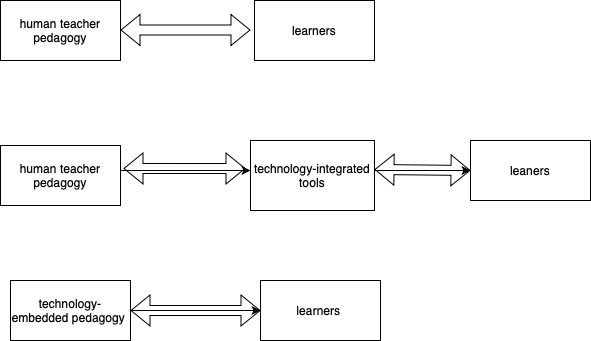
The draw.io diagram review_framework.png in Gracetyty/Digital_Edu_Text_Mining, before a commit. Source tidied: cells renumbered, new cells last; positions are measured from the earlier drawing's top-left corner, leaving out a move shared by most shapes. Its diagram source:
```xml
<mxGraphModel>
  <root>
    <mxCell id="0" />
    <mxCell id="1" parent="0" />
    <mxCell id="2" value="human teacher pedagogy" style="rounded=0;whiteSpace=wrap;html=1;" parent="1" vertex="1">
      <mxGeometry width="120" height="60" as="geometry" />
    </mxCell>
    <mxCell id="3" value="learners" style="rounded=0;whiteSpace=wrap;html=1;" parent="1" vertex="1">
      <mxGeometry x="254" width="120" height="60" as="geometry" />
    </mxCell>
    <mxCell id="4" style="endArrow=classic;html=1;rounded=0;exitX=1;exitY=0.5;exitDx=0;exitDy=0;" parent="1" edge="1">
      <mxGeometry relative="1" as="geometry">
        <mxPoint x="120" y="170" as="sourcePoint" />
        <mxPoint x="250" y="170" as="targetPoint" />
      </mxGeometry>
    </mxCell>
    <mxCell id="5" value="technology-integrated tools" style="rounded=0;whiteSpace=wrap;html=1;" parent="1" vertex="1">
      <mxGeometry x="250" y="140" width="124" height="70" as="geometry" />
    </mxCell>
    <mxCell id="6" style="endArrow=classic;html=1;rounded=0;" parent="1" edge="1" target="7">
      <mxGeometry relative="1" as="geometry">
        <mxPoint x="374" y="170" as="sourcePoint" />
      </mxGeometry>
    </mxCell>
    <mxCell id="7" value="leaners" style="rounded=0;whiteSpace=wrap;html=1;" parent="1" vertex="1">
      <mxGeometry x="470" y="140" width="120" height="60" as="geometry" />
    </mxCell>
    <mxCell id="8" value="technology-embedded pedagogy&amp;nbsp;" style="rounded=0;whiteSpace=wrap;html=1;" parent="1" vertex="1">
      <mxGeometry x="10" y="280" width="120" height="60" as="geometry" />
    </mxCell>
    <mxCell id="9" style="endArrow=classic;html=1;rounded=0;" parent="1" edge="1">
      <mxGeometry relative="1" as="geometry">
        <mxPoint x="260" y="310" as="sourcePoint" />
        <mxPoint x="260" y="310" as="targetPoint" />
        <Array as="points">
          <mxPoint x="130" y="310" />
        </Array>
      </mxGeometry>
    </mxCell>
    <mxCell id="10" value="learners&amp;nbsp;" style="rounded=0;whiteSpace=wrap;html=1;" parent="1" vertex="1">
      <mxGeometry x="260" y="280" width="120" height="60" as="geometry" />
    </mxCell>
    <mxCell id="11" value="human teacher pedagogy" style="rounded=0;whiteSpace=wrap;html=1;" parent="1" vertex="1">
      <mxGeometry y="145" width="120" height="60" as="geometry" />
    </mxCell>
    <mxCell id="12" style="shape=flexArrow;endArrow=classic;startArrow=classic;html=1;rounded=0;" parent="1" edge="1">
      <mxGeometry relative="1" as="geometry">
        <mxPoint x="130" y="310" as="sourcePoint" />
        <mxPoint x="260" y="310" as="targetPoint" />
      </mxGeometry>
    </mxCell>
    <mxCell id="13" style="shape=flexArrow;endArrow=classic;startArrow=classic;html=1;rounded=0;exitX=1.025;exitY=0.383;exitDx=0;exitDy=0;exitPerimeter=0;" parent="1" edge="1" source="11">
      <mxGeometry relative="1" as="geometry">
        <mxPoint x="245" y="168" as="targetPoint" />
      </mxGeometry>
    </mxCell>
    <mxCell id="14" style="shape=flexArrow;endArrow=classic;startArrow=classic;html=1;rounded=0;" parent="1" edge="1">
      <mxGeometry relative="1" as="geometry">
        <mxPoint x="120" y="29.5" as="sourcePoint" />
        <mxPoint x="250" y="29.5" as="targetPoint" />
      </mxGeometry>
    </mxCell>
    <mxCell id="15" style="shape=flexArrow;endArrow=classic;startArrow=classic;html=1;rounded=0;exitX=1;exitY=0.414;exitDx=0;exitDy=0;exitPerimeter=0;entryX=0;entryY=0.5;entryDx=0;entryDy=0;" parent="1" edge="1" source="5" target="7">
      <mxGeometry relative="1" as="geometry" />
    </mxCell>
  </root>
</mxGraphModel>
```
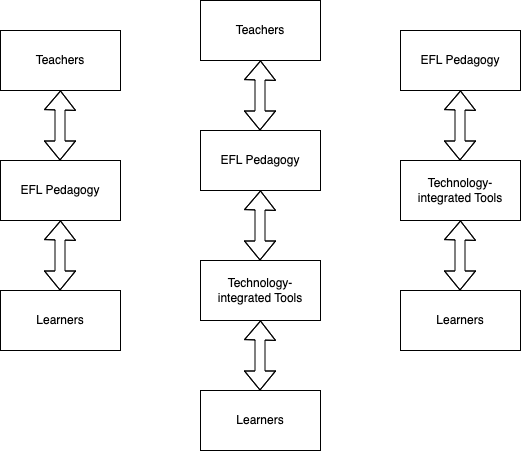
After the change.

The edit, as a diff of the source:
```diff
@@ -2,66 +2,98 @@
   <root>
     <mxCell id="0" />
     <mxCell id="1" parent="0" />
-    <mxCell id="2" value="human teacher pedagogy" style="rounded=0;whiteSpace=wrap;html=1;" parent="1" vertex="1">
-      <mxGeometry width="120" height="60" as="geometry" />
-    </mxCell>
-    <mxCell id="3" value="learners" style="rounded=0;whiteSpace=wrap;html=1;" parent="1" vertex="1">
+    <mxCell id="3" value="Learners" style="rounded=0;whiteSpace=wrap;html=1;" parent="1" vertex="1">
       <mxGeometry x="254" width="120" height="60" as="geometry" />
     </mxCell>
-    <mxCell id="4" style="endArrow=classic;html=1;rounded=0;exitX=1;exitY=0.5;exitDx=0;exitDy=0;" parent="1" edge="1">
-      <mxGeometry relative="1" as="geometry">
-        <mxPoint x="120" y="170" as="sourcePoint" />
-        <mxPoint x="250" y="170" as="targetPoint" />
-      </mxGeometry>
-    </mxCell>
-    <mxCell id="5" value="technology-integrated tools" style="rounded=0;whiteSpace=wrap;html=1;" parent="1" vertex="1">
-      <mxGeometry x="250" y="140" width="124" height="70" as="geometry" />
-    </mxCell>
-    <mxCell id="6" style="endArrow=classic;html=1;rounded=0;" parent="1" edge="1" target="7">
-      <mxGeometry relative="1" as="geometry">
-        <mxPoint x="374" y="170" as="sourcePoint" />
-      </mxGeometry>
-    </mxCell>
-    <mxCell id="7" value="leaners" style="rounded=0;whiteSpace=wrap;html=1;" parent="1" vertex="1">
-      <mxGeometry x="470" y="140" width="120" height="60" as="geometry" />
-    </mxCell>
-    <mxCell id="8" value="technology-embedded pedagogy&amp;nbsp;" style="rounded=0;whiteSpace=wrap;html=1;" parent="1" vertex="1">
-      <mxGeometry x="10" y="280" width="120" height="60" as="geometry" />
-    </mxCell>
-    <mxCell id="9" style="endArrow=classic;html=1;rounded=0;" parent="1" edge="1">
-      <mxGeometry relative="1" as="geometry">
-        <mxPoint x="260" y="310" as="sourcePoint" />
-        <mxPoint x="260" y="310" as="targetPoint" />
-        <Array as="points">
-          <mxPoint x="130" y="310" />
-        </Array>
-      </mxGeometry>
-    </mxCell>
-    <mxCell id="10" value="learners&amp;nbsp;" style="rounded=0;whiteSpace=wrap;html=1;" parent="1" vertex="1">
-      <mxGeometry x="260" y="280" width="120" height="60" as="geometry" />
-    </mxCell>
-    <mxCell id="11" value="human teacher pedagogy" style="rounded=0;whiteSpace=wrap;html=1;" parent="1" vertex="1">
-      <mxGeometry y="145" width="120" height="60" as="geometry" />
-    </mxCell>
-    <mxCell id="12" style="shape=flexArrow;endArrow=classic;startArrow=classic;html=1;rounded=0;" parent="1" edge="1">
-      <mxGeometry relative="1" as="geometry">
-        <mxPoint x="130" y="310" as="sourcePoint" />
-        <mxPoint x="260" y="310" as="targetPoint" />
-      </mxGeometry>
-    </mxCell>
-    <mxCell id="13" style="shape=flexArrow;endArrow=classic;startArrow=classic;html=1;rounded=0;exitX=1.025;exitY=0.383;exitDx=0;exitDy=0;exitPerimeter=0;" parent="1" edge="1" source="11">
-      <mxGeometry relative="1" as="geometry">
-        <mxPoint x="245" y="168" as="targetPoint" />
-      </mxGeometry>
-    </mxCell>
-    <mxCell id="14" style="shape=flexArrow;endArrow=classic;startArrow=classic;html=1;rounded=0;" parent="1" edge="1">
+    <mxCell id="14" style="shape=flexArrow;endArrow=classic;startArrow=classic;html=1;rounded=0;entryX=0.75;entryY=0;entryDx=0;entryDy=0;" parent="1" edge="1">
       <mxGeometry relative="1" as="geometry">
-        <mxPoint x="120" y="29.5" as="sourcePoint" />
-        <mxPoint x="250" y="29.5" as="targetPoint" />
+        <mxPoint x="314" y="-70" as="sourcePoint" />
+        <mxPoint x="313.5" as="targetPoint" />
+        <Array as="points">
+          <mxPoint x="313.5" y="-50" />
+        </Array>
       </mxGeometry>
     </mxCell>
-    <mxCell id="15" style="shape=flexArrow;endArrow=classic;startArrow=classic;html=1;rounded=0;exitX=1;exitY=0.414;exitDx=0;exitDy=0;exitPerimeter=0;entryX=0;entryY=0.5;entryDx=0;entryDy=0;" parent="1" edge="1" source="5" target="7">
-      <mxGeometry relative="1" as="geometry" />
-    </mxCell>
+    <mxCell id="16" value="EFL Pedagogy" style="rounded=0;whiteSpace=wrap;html=1;" parent="1" vertex="1">
+      <mxGeometry x="254" y="-130" width="120" height="60" as="geometry" />
+    </mxCell>
+    <mxCell id="17" value="Teachers" style="rounded=0;whiteSpace=wrap;html=1;" parent="1" vertex="1">
+      <mxGeometry x="254" y="-260" width="120" height="60" as="geometry" />
+    </mxCell>
+    <mxCell id="18" style="shape=flexArrow;endArrow=classic;startArrow=classic;html=1;rounded=0;entryX=0.75;entryY=0;entryDx=0;entryDy=0;" parent="1" edge="1">
+      <mxGeometry relative="1" as="geometry">
+        <mxPoint x="314" y="-200" as="sourcePoint" />
+        <mxPoint x="313.5" y="-130" as="targetPoint" />
+        <Array as="points">
+          <mxPoint x="313.5" y="-180" />
+        </Array>
+      </mxGeometry>
+    </mxCell>
+    <mxCell id="19" value="Teachers" style="rounded=0;whiteSpace=wrap;html=1;" parent="1" vertex="1">
+      <mxGeometry x="454" y="-290" width="120" height="60" as="geometry" />
+    </mxCell>
+    <mxCell id="20" value="EFL Pedagogy" style="rounded=0;whiteSpace=wrap;html=1;" parent="1" vertex="1">
+      <mxGeometry x="454" y="-160" width="120" height="60" as="geometry" />
+    </mxCell>
+    <mxCell id="21" value="Technology-integrated Tools" style="rounded=0;whiteSpace=wrap;html=1;" parent="1" vertex="1">
+      <mxGeometry x="454" y="-30" width="120" height="60" as="geometry" />
+    </mxCell>
+    <mxCell id="22" value="Learners" style="rounded=0;whiteSpace=wrap;html=1;" parent="1" vertex="1">
+      <mxGeometry x="454" y="100" width="120" height="60" as="geometry" />
+    </mxCell>
+    <mxCell id="23" style="shape=flexArrow;endArrow=classic;startArrow=classic;html=1;rounded=0;entryX=0.75;entryY=0;entryDx=0;entryDy=0;" parent="1" edge="1">
+      <mxGeometry relative="1" as="geometry">
+        <mxPoint x="514" y="-230" as="sourcePoint" />
+        <mxPoint x="513.5" y="-160" as="targetPoint" />
+        <Array as="points">
+          <mxPoint x="513.5" y="-210" />
+        </Array>
+      </mxGeometry>
+    </mxCell>
+    <mxCell id="24" style="shape=flexArrow;endArrow=classic;startArrow=classic;html=1;rounded=0;entryX=0.75;entryY=0;entryDx=0;entryDy=0;" parent="1" edge="1">
+      <mxGeometry relative="1" as="geometry">
+        <mxPoint x="514" y="-100" as="sourcePoint" />
+        <mxPoint x="513.5" y="-30" as="targetPoint" />
+        <Array as="points">
+          <mxPoint x="513.5" y="-80" />
+        </Array>
+      </mxGeometry>
+    </mxCell>
+    <mxCell id="25" style="shape=flexArrow;endArrow=classic;startArrow=classic;html=1;rounded=0;entryX=0.75;entryY=0;entryDx=0;entryDy=0;" parent="1" edge="1">
+      <mxGeometry relative="1" as="geometry">
+        <mxPoint x="514" y="30" as="sourcePoint" />
+        <mxPoint x="513.5" y="100" as="targetPoint" />
+        <Array as="points">
+          <mxPoint x="513.5" y="50" />
+        </Array>
+      </mxGeometry>
+    </mxCell>
+    <mxCell id="26" value="EFL Pedagogy" style="rounded=0;whiteSpace=wrap;html=1;" parent="1" vertex="1">
+      <mxGeometry x="654" y="-260" width="120" height="60" as="geometry" />
+    </mxCell>
+    <mxCell id="27" value="Technology-integrated Tools" style="rounded=0;whiteSpace=wrap;html=1;" parent="1" vertex="1">
+      <mxGeometry x="654" y="-130" width="120" height="60" as="geometry" />
+    </mxCell>
+    <mxCell id="28" value="Learners" style="rounded=0;whiteSpace=wrap;html=1;" parent="1" vertex="1">
+      <mxGeometry x="654" width="120" height="60" as="geometry" />
+    </mxCell>
+    <mxCell id="29" style="shape=flexArrow;endArrow=classic;startArrow=classic;html=1;rounded=0;entryX=0.75;entryY=0;entryDx=0;entryDy=0;" parent="1" edge="1">
+      <mxGeometry relative="1" as="geometry">
+        <mxPoint x="714" y="-200" as="sourcePoint" />
+        <mxPoint x="713.5" y="-130" as="targetPoint" />
+        <Array as="points">
+          <mxPoint x="713.5" y="-180" />
+        </Array>
+      </mxGeometry>
+    </mxCell>
+    <mxCell id="30" style="shape=flexArrow;endArrow=classic;startArrow=classic;html=1;rounded=0;entryX=0.75;entryY=0;entryDx=0;entryDy=0;" parent="1" edge="1">
+      <mxGeometry relative="1" as="geometry">
+        <mxPoint x="714" y="-70" as="sourcePoint" />
+        <mxPoint x="713.5" as="targetPoint" />
+        <Array as="points">
+          <mxPoint x="713.5" y="-50" />
+        </Array>
+      </mxGeometry>
+    </mxCell>
   </root>
 </mxGraphModel>
```
